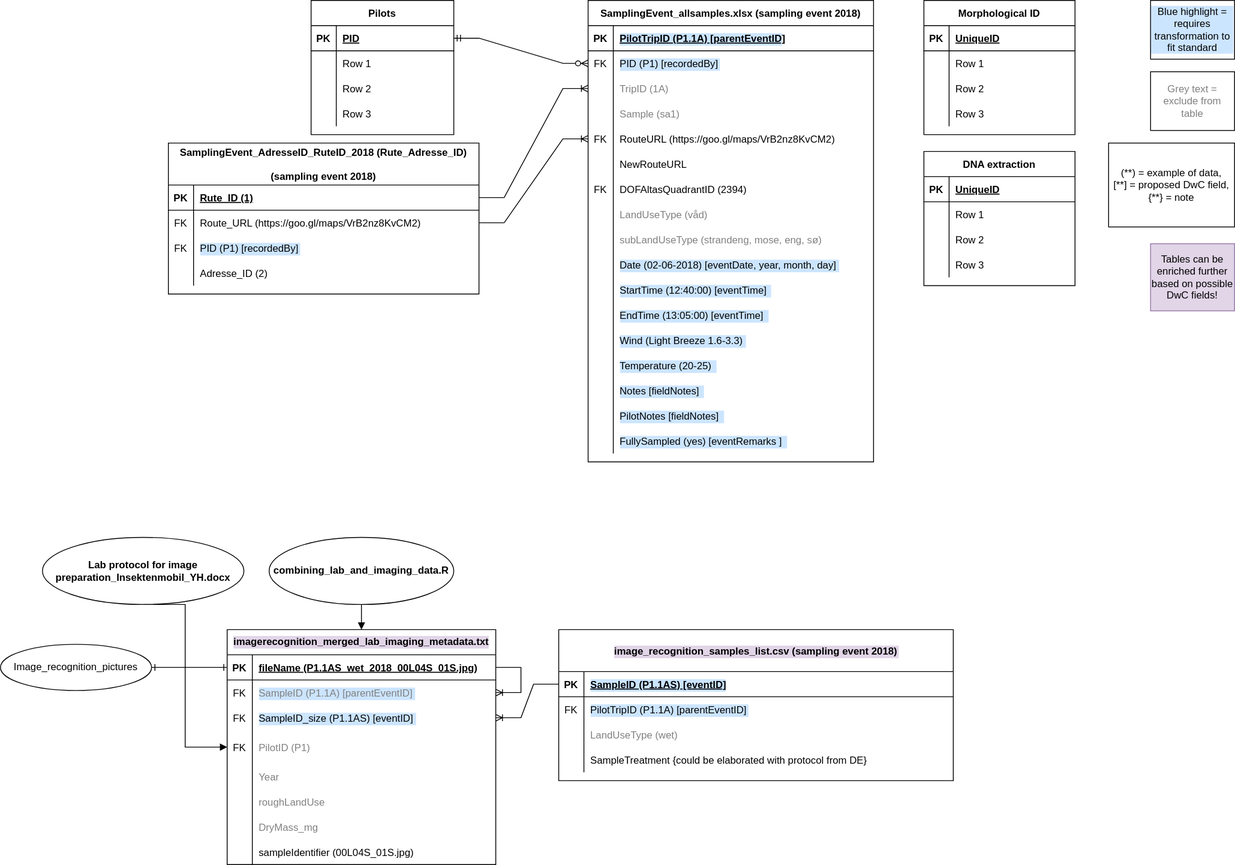
CecSve/CecSve keeps this draw.io diagram as Insektmobilen_data.drawio.svg. Above is the earlier version. Source tidied: cells renumbered, new cells last; positions are measured from the earlier drawing's top-left corner, leaving out a move shared by most shapes.
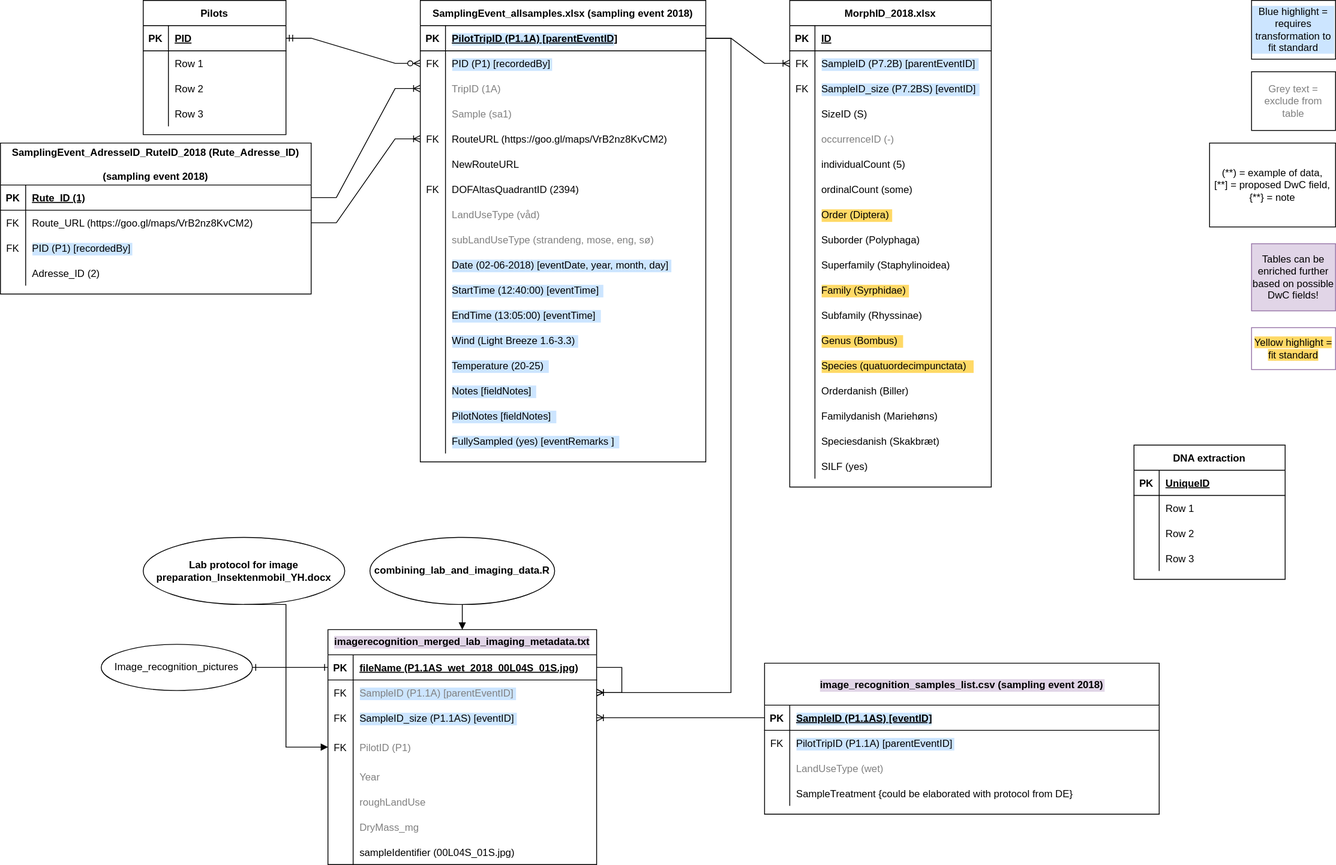
Above is the later version.

The edit, as a diff of the source:
```diff
@@ -3,7 +3,7 @@
     <mxCell id="0" />
     <mxCell id="1" parent="0" />
     <mxCell id="2" value="DNA extraction" style="shape=table;startSize=30;rowLines=0;fontStyle=1;align=center;" parent="1" vertex="1">
-      <mxGeometry x="1100" y="180" width="180" height="160" as="geometry" />
+      <mxGeometry x="1230" y="530" width="180" height="160" as="geometry" />
     </mxCell>
     <mxCell id="3" style="shape=tableRow;horizontal=0;startSize=0;swimlaneHead=0;swimlaneBody=0;fillColor=none;top=0;left=0;right=0;bottom=1;" parent="2" vertex="1">
       <mxGeometry y="30" width="180" height="30" as="geometry" />
@@ -42,7 +42,7 @@
       <mxGeometry x="30" width="150" height="30" as="geometry" />
     </mxCell>
     <mxCell id="15" value="Pilots" style="shape=table;startSize=30;rowLines=0;fontStyle=1;align=center;" parent="1" vertex="1">
-      <mxGeometry x="370" width="170" height="160" as="geometry" />
+      <mxGeometry x="50" width="170" height="160" as="geometry" />
     </mxCell>
     <mxCell id="16" style="shape=tableRow;horizontal=0;startSize=0;swimlaneHead=0;swimlaneBody=0;fillColor=none;points=[[0,0.5],[1,0.5]];portConstraint=eastwest;top=0;left=0;right=0;bottom=1;" parent="15" vertex="1">
       <mxGeometry y="30" width="170" height="30" as="geometry" />
@@ -83,45 +83,171 @@
     <mxCell id="28" style="edgeStyle=entityRelationEdgeStyle;fontSize=12;html=1;endArrow=ERzeroToMany;startArrow=ERmandOne;rounded=0;entryX=0;entryY=0.5;entryDx=0;entryDy=0;" parent="1" edge="1" source="16" target="76">
       <mxGeometry relative="1" as="geometry" />
     </mxCell>
-    <mxCell id="29" value="Morphological ID" style="shape=table;startSize=30;rowLines=0;fontStyle=1;align=center;" parent="1" vertex="1">
-      <mxGeometry x="1100" width="180" height="160" as="geometry" />
+    <mxCell id="29" value="MorphID_2018.xlsx" style="shape=table;startSize=30;rowLines=0;fontStyle=1;align=center;" parent="1" vertex="1">
+      <mxGeometry x="820" width="240" height="580" as="geometry" />
     </mxCell>
     <mxCell id="30" style="shape=tableRow;horizontal=0;startSize=0;swimlaneHead=0;swimlaneBody=0;fillColor=none;top=0;left=0;right=0;bottom=1;" parent="29" vertex="1">
-      <mxGeometry y="30" width="180" height="30" as="geometry" />
+      <mxGeometry y="30" width="240" height="30" as="geometry" />
     </mxCell>
     <mxCell id="31" value="PK" style="shape=partialRectangle;fillColor=none;top=0;left=0;bottom=0;right=0;fontStyle=1;overflow=hidden;" parent="30" vertex="1">
       <mxGeometry width="30" height="30" as="geometry" />
     </mxCell>
-    <mxCell id="32" value="UniqueID" style="shape=partialRectangle;fillColor=none;top=0;left=0;bottom=0;right=0;align=left;spacingLeft=6;fontStyle=5;overflow=hidden;" parent="30" vertex="1">
-      <mxGeometry x="30" width="150" height="30" as="geometry" />
+    <mxCell id="32" value="ID" style="shape=partialRectangle;fillColor=none;top=0;left=0;bottom=0;right=0;align=left;spacingLeft=6;fontStyle=5;overflow=hidden;" parent="30" vertex="1">
+      <mxGeometry x="30" width="210" height="30" as="geometry" />
     </mxCell>
     <mxCell id="33" style="shape=tableRow;horizontal=0;startSize=0;swimlaneHead=0;swimlaneBody=0;fillColor=none;points=[[0,0.5],[1,0.5]];portConstraint=eastwest;top=0;left=0;right=0;bottom=0;" parent="29" vertex="1">
-      <mxGeometry y="60" width="180" height="30" as="geometry" />
+      <mxGeometry y="60" width="240" height="30" as="geometry" />
     </mxCell>
-    <mxCell id="34" style="shape=partialRectangle;fillColor=none;top=0;left=0;bottom=0;right=0;overflow=hidden;" parent="33" vertex="1">
+    <mxCell id="34" value="FK" style="shape=partialRectangle;fillColor=none;top=0;left=0;bottom=0;right=0;overflow=hidden;" parent="33" vertex="1">
       <mxGeometry width="30" height="30" as="geometry" />
     </mxCell>
-    <mxCell id="35" value="Row 1" style="shape=partialRectangle;fillColor=none;top=0;left=0;bottom=0;right=0;align=left;spacingLeft=6;overflow=hidden;" parent="33" vertex="1">
-      <mxGeometry x="30" width="150" height="30" as="geometry" />
+    <mxCell id="35" value="SampleID (P7.2B) [parentEventID]" style="shape=partialRectangle;fillColor=none;top=0;left=0;bottom=0;right=0;align=left;spacingLeft=6;overflow=hidden;labelBackgroundColor=#CCE5FF;" parent="33" vertex="1">
+      <mxGeometry x="30" width="210" height="30" as="geometry" />
     </mxCell>
+    <mxCell id="159" style="shape=tableRow;horizontal=0;startSize=0;swimlaneHead=0;swimlaneBody=0;fillColor=none;top=0;left=0;right=0;bottom=0;" parent="29" vertex="1">
+      <mxGeometry y="90" width="240" height="30" as="geometry" />
+    </mxCell>
+    <mxCell id="160" value="FK" style="shape=partialRectangle;fillColor=none;top=0;left=0;bottom=0;right=0;overflow=hidden;" parent="159" vertex="1">
+      <mxGeometry width="30" height="30" as="geometry" />
+    </mxCell>
+    <mxCell id="161" value="SampleID_size (P7.2BS) [eventID]" style="shape=partialRectangle;fillColor=none;top=0;left=0;bottom=0;right=0;align=left;spacingLeft=6;overflow=hidden;labelBackgroundColor=#CCE5FF;" parent="159" vertex="1">
+      <mxGeometry x="30" width="210" height="30" as="geometry" />
+    </mxCell>
     <mxCell id="36" style="shape=tableRow;horizontal=0;startSize=0;swimlaneHead=0;swimlaneBody=0;fillColor=none;top=0;left=0;right=0;bottom=0;" parent="29" vertex="1">
-      <mxGeometry y="90" width="180" height="30" as="geometry" />
+      <mxGeometry y="120" width="240" height="30" as="geometry" />
     </mxCell>
     <mxCell id="37" style="shape=partialRectangle;fillColor=none;top=0;left=0;bottom=0;right=0;overflow=hidden;" parent="36" vertex="1">
       <mxGeometry width="30" height="30" as="geometry" />
     </mxCell>
-    <mxCell id="38" value="Row 2" style="shape=partialRectangle;fillColor=none;top=0;left=0;bottom=0;right=0;align=left;spacingLeft=6;overflow=hidden;" parent="36" vertex="1">
-      <mxGeometry x="30" width="150" height="30" as="geometry" />
+    <mxCell id="38" value="SizeID (S)" style="shape=partialRectangle;fillColor=none;top=0;left=0;bottom=0;right=0;align=left;spacingLeft=6;overflow=hidden;" parent="36" vertex="1">
+      <mxGeometry x="30" width="210" height="30" as="geometry" />
     </mxCell>
     <mxCell id="39" style="shape=tableRow;horizontal=0;startSize=0;swimlaneHead=0;swimlaneBody=0;fillColor=none;top=0;left=0;right=0;bottom=0;" parent="29" vertex="1">
-      <mxGeometry y="120" width="180" height="30" as="geometry" />
+      <mxGeometry y="150" width="240" height="30" as="geometry" />
     </mxCell>
     <mxCell id="40" style="shape=partialRectangle;fillColor=none;top=0;left=0;bottom=0;right=0;overflow=hidden;" parent="39" vertex="1">
       <mxGeometry width="30" height="30" as="geometry" />
     </mxCell>
-    <mxCell id="41" value="Row 3" style="shape=partialRectangle;fillColor=none;top=0;left=0;bottom=0;right=0;align=left;spacingLeft=6;overflow=hidden;" parent="39" vertex="1">
-      <mxGeometry x="30" width="150" height="30" as="geometry" />
+    <mxCell id="41" value="occurrenceID (-)" style="shape=partialRectangle;fillColor=none;top=0;left=0;bottom=0;right=0;align=left;spacingLeft=6;overflow=hidden;fontColor=#808080;" parent="39" vertex="1">
+      <mxGeometry x="30" width="210" height="30" as="geometry" />
     </mxCell>
+    <mxCell id="162" style="shape=tableRow;horizontal=0;startSize=0;swimlaneHead=0;swimlaneBody=0;fillColor=none;top=0;left=0;right=0;bottom=0;" parent="29" vertex="1">
+      <mxGeometry y="180" width="240" height="30" as="geometry" />
+    </mxCell>
+    <mxCell id="163" style="shape=partialRectangle;fillColor=none;top=0;left=0;bottom=0;right=0;overflow=hidden;" parent="162" vertex="1">
+      <mxGeometry width="30" height="30" as="geometry" />
+    </mxCell>
+    <mxCell id="164" value="individualCount (5)" style="shape=partialRectangle;fillColor=none;top=0;left=0;bottom=0;right=0;align=left;spacingLeft=6;overflow=hidden;" parent="162" vertex="1">
+      <mxGeometry x="30" width="210" height="30" as="geometry" />
+    </mxCell>
+    <mxCell id="165" style="shape=tableRow;horizontal=0;startSize=0;swimlaneHead=0;swimlaneBody=0;fillColor=none;top=0;left=0;right=0;bottom=0;" parent="29" vertex="1">
+      <mxGeometry y="210" width="240" height="30" as="geometry" />
+    </mxCell>
+    <mxCell id="166" style="shape=partialRectangle;fillColor=none;top=0;left=0;bottom=0;right=0;overflow=hidden;" parent="165" vertex="1">
+      <mxGeometry width="30" height="30" as="geometry" />
+    </mxCell>
+    <mxCell id="167" value="ordinalCount (some)" style="shape=partialRectangle;fillColor=none;top=0;left=0;bottom=0;right=0;align=left;spacingLeft=6;overflow=hidden;" parent="165" vertex="1">
+      <mxGeometry x="30" width="210" height="30" as="geometry" />
+    </mxCell>
+    <mxCell id="168" style="shape=tableRow;horizontal=0;startSize=0;swimlaneHead=0;swimlaneBody=0;fillColor=none;top=0;left=0;right=0;bottom=0;" parent="29" vertex="1">
+      <mxGeometry y="240" width="240" height="30" as="geometry" />
+    </mxCell>
+    <mxCell id="169" style="shape=partialRectangle;fillColor=none;top=0;left=0;bottom=0;right=0;overflow=hidden;" parent="168" vertex="1">
+      <mxGeometry width="30" height="30" as="geometry" />
+    </mxCell>
+    <mxCell id="170" value="Order (Diptera)" style="shape=partialRectangle;fillColor=none;top=0;left=0;bottom=0;right=0;align=left;spacingLeft=6;overflow=hidden;labelBackgroundColor=#FFD966;" parent="168" vertex="1">
+      <mxGeometry x="30" width="210" height="30" as="geometry" />
+    </mxCell>
+    <mxCell id="171" style="shape=tableRow;horizontal=0;startSize=0;swimlaneHead=0;swimlaneBody=0;fillColor=none;top=0;left=0;right=0;bottom=0;" parent="29" vertex="1">
+      <mxGeometry y="270" width="240" height="30" as="geometry" />
+    </mxCell>
+    <mxCell id="172" style="shape=partialRectangle;fillColor=none;top=0;left=0;bottom=0;right=0;overflow=hidden;" parent="171" vertex="1">
+      <mxGeometry width="30" height="30" as="geometry" />
+    </mxCell>
+    <mxCell id="173" value="Suborder (Polyphaga)" style="shape=partialRectangle;fillColor=none;top=0;left=0;bottom=0;right=0;align=left;spacingLeft=6;overflow=hidden;labelBackgroundColor=default;" parent="171" vertex="1">
+      <mxGeometry x="30" width="210" height="30" as="geometry" />
+    </mxCell>
+    <mxCell id="174" style="shape=tableRow;horizontal=0;startSize=0;swimlaneHead=0;swimlaneBody=0;fillColor=none;top=0;left=0;right=0;bottom=0;" parent="29" vertex="1">
+      <mxGeometry y="300" width="240" height="30" as="geometry" />
+    </mxCell>
+    <mxCell id="175" style="shape=partialRectangle;fillColor=none;top=0;left=0;bottom=0;right=0;overflow=hidden;" parent="174" vertex="1">
+      <mxGeometry width="30" height="30" as="geometry" />
+    </mxCell>
+    <mxCell id="176" value="Superfamily (Staphylinoidea)" style="shape=partialRectangle;fillColor=none;top=0;left=0;bottom=0;right=0;align=left;spacingLeft=6;overflow=hidden;" parent="174" vertex="1">
+      <mxGeometry x="30" width="210" height="30" as="geometry" />
+    </mxCell>
+    <mxCell id="177" style="shape=tableRow;horizontal=0;startSize=0;swimlaneHead=0;swimlaneBody=0;fillColor=none;top=0;left=0;right=0;bottom=0;" parent="29" vertex="1">
+      <mxGeometry y="330" width="240" height="30" as="geometry" />
+    </mxCell>
+    <mxCell id="178" style="shape=partialRectangle;fillColor=none;top=0;left=0;bottom=0;right=0;overflow=hidden;" parent="177" vertex="1">
+      <mxGeometry width="30" height="30" as="geometry" />
+    </mxCell>
+    <mxCell id="179" value="Family (Syrphidae)" style="shape=partialRectangle;fillColor=none;top=0;left=0;bottom=0;right=0;align=left;spacingLeft=6;overflow=hidden;labelBackgroundColor=#FFD966;" parent="177" vertex="1">
+      <mxGeometry x="30" width="210" height="30" as="geometry" />
+    </mxCell>
+    <mxCell id="180" style="shape=tableRow;horizontal=0;startSize=0;swimlaneHead=0;swimlaneBody=0;fillColor=none;top=0;left=0;right=0;bottom=0;" parent="29" vertex="1">
+      <mxGeometry y="360" width="240" height="30" as="geometry" />
+    </mxCell>
+    <mxCell id="181" style="shape=partialRectangle;fillColor=none;top=0;left=0;bottom=0;right=0;overflow=hidden;" parent="180" vertex="1">
+      <mxGeometry width="30" height="30" as="geometry" />
+    </mxCell>
+    <mxCell id="182" value="Subfamily (Rhyssinae)" style="shape=partialRectangle;fillColor=none;top=0;left=0;bottom=0;right=0;align=left;spacingLeft=6;overflow=hidden;" parent="180" vertex="1">
+      <mxGeometry x="30" width="210" height="30" as="geometry" />
+    </mxCell>
+    <mxCell id="183" style="shape=tableRow;horizontal=0;startSize=0;swimlaneHead=0;swimlaneBody=0;fillColor=none;top=0;left=0;right=0;bottom=0;" parent="29" vertex="1">
+      <mxGeometry y="390" width="240" height="30" as="geometry" />
+    </mxCell>
+    <mxCell id="184" style="shape=partialRectangle;fillColor=none;top=0;left=0;bottom=0;right=0;overflow=hidden;" parent="183" vertex="1">
+      <mxGeometry width="30" height="30" as="geometry" />
+    </mxCell>
+    <mxCell id="185" value="Genus (Bombus)" style="shape=partialRectangle;fillColor=none;top=0;left=0;bottom=0;right=0;align=left;spacingLeft=6;overflow=hidden;labelBackgroundColor=#FFD966;" parent="183" vertex="1">
+      <mxGeometry x="30" width="210" height="30" as="geometry" />
+    </mxCell>
+    <mxCell id="186" style="shape=tableRow;horizontal=0;startSize=0;swimlaneHead=0;swimlaneBody=0;fillColor=none;top=0;left=0;right=0;bottom=0;" parent="29" vertex="1">
+      <mxGeometry y="420" width="240" height="30" as="geometry" />
+    </mxCell>
+    <mxCell id="187" style="shape=partialRectangle;fillColor=none;top=0;left=0;bottom=0;right=0;overflow=hidden;" parent="186" vertex="1">
+      <mxGeometry width="30" height="30" as="geometry" />
+    </mxCell>
+    <mxCell id="188" value="Species (quatuordecimpunctata)" style="shape=partialRectangle;fillColor=none;top=0;left=0;bottom=0;right=0;align=left;spacingLeft=6;overflow=hidden;labelBackgroundColor=#FFD966;" parent="186" vertex="1">
+      <mxGeometry x="30" width="210" height="30" as="geometry" />
+    </mxCell>
+    <mxCell id="189" style="shape=tableRow;horizontal=0;startSize=0;swimlaneHead=0;swimlaneBody=0;fillColor=none;top=0;left=0;right=0;bottom=0;" parent="29" vertex="1">
+      <mxGeometry y="450" width="240" height="30" as="geometry" />
+    </mxCell>
+    <mxCell id="190" style="shape=partialRectangle;fillColor=none;top=0;left=0;bottom=0;right=0;overflow=hidden;" parent="189" vertex="1">
+      <mxGeometry width="30" height="30" as="geometry" />
+    </mxCell>
+    <mxCell id="191" value="Orderdanish (Biller)" style="shape=partialRectangle;fillColor=none;top=0;left=0;bottom=0;right=0;align=left;spacingLeft=6;overflow=hidden;" parent="189" vertex="1">
+      <mxGeometry x="30" width="210" height="30" as="geometry" />
+    </mxCell>
+    <mxCell id="192" style="shape=tableRow;horizontal=0;startSize=0;swimlaneHead=0;swimlaneBody=0;fillColor=none;top=0;left=0;right=0;bottom=0;" parent="29" vertex="1">
+      <mxGeometry y="480" width="240" height="30" as="geometry" />
+    </mxCell>
+    <mxCell id="193" style="shape=partialRectangle;fillColor=none;top=0;left=0;bottom=0;right=0;overflow=hidden;" parent="192" vertex="1">
+      <mxGeometry width="30" height="30" as="geometry" />
+    </mxCell>
+    <mxCell id="194" value="Familydanish (Mariehøns)" style="shape=partialRectangle;fillColor=none;top=0;left=0;bottom=0;right=0;align=left;spacingLeft=6;overflow=hidden;" parent="192" vertex="1">
+      <mxGeometry x="30" width="210" height="30" as="geometry" />
+    </mxCell>
+    <mxCell id="195" style="shape=tableRow;horizontal=0;startSize=0;swimlaneHead=0;swimlaneBody=0;fillColor=none;top=0;left=0;right=0;bottom=0;" parent="29" vertex="1">
+      <mxGeometry y="510" width="240" height="30" as="geometry" />
+    </mxCell>
+    <mxCell id="196" style="shape=partialRectangle;fillColor=none;top=0;left=0;bottom=0;right=0;overflow=hidden;" parent="195" vertex="1">
+      <mxGeometry width="30" height="30" as="geometry" />
+    </mxCell>
+    <mxCell id="197" value="Speciesdanish (Skakbræt)" style="shape=partialRectangle;fillColor=none;top=0;left=0;bottom=0;right=0;align=left;spacingLeft=6;overflow=hidden;" parent="195" vertex="1">
+      <mxGeometry x="30" width="210" height="30" as="geometry" />
+    </mxCell>
+    <mxCell id="198" style="shape=tableRow;horizontal=0;startSize=0;swimlaneHead=0;swimlaneBody=0;fillColor=none;top=0;left=0;right=0;bottom=0;" parent="29" vertex="1">
+      <mxGeometry y="540" width="240" height="30" as="geometry" />
+    </mxCell>
+    <mxCell id="199" style="shape=partialRectangle;fillColor=none;top=0;left=0;bottom=0;right=0;overflow=hidden;" parent="198" vertex="1">
+      <mxGeometry width="30" height="30" as="geometry" />
+    </mxCell>
+    <mxCell id="200" value="SILF (yes)" style="shape=partialRectangle;fillColor=none;top=0;left=0;bottom=0;right=0;align=left;spacingLeft=6;overflow=hidden;" parent="198" vertex="1">
+      <mxGeometry x="30" width="210" height="30" as="geometry" />
+    </mxCell>
     <mxCell id="42" style="edgeStyle=elbowEdgeStyle;rounded=0;jettySize=auto;html=1;startArrow=ERone;startFill=0;entryX=0;entryY=0.5;entryDx=0;entryDy=0;endArrow=ERone;endFill=0;" parent="1" edge="1" source="43" target="46">
       <mxGeometry relative="1" as="geometry" />
     </mxCell>
@@ -213,7 +339,7 @@
       <mxGeometry x="320" y="640" width="220" height="80" as="geometry" />
     </mxCell>
     <mxCell id="72" value="SamplingEvent_allsamples.xlsx (sampling event 2018)" style="shape=table;startSize=30;rowLines=0;fontStyle=1;align=center;" parent="1" vertex="1">
-      <mxGeometry x="700" width="340" height="550" as="geometry" />
+      <mxGeometry x="380" width="340" height="550" as="geometry" />
     </mxCell>
     <mxCell id="73" style="shape=tableRow;horizontal=0;startSize=0;swimlaneHead=0;swimlaneBody=0;fillColor=none;points=[[0,0.5],[1,0.5]];portConstraint=eastwest;top=0;left=0;right=0;bottom=1;" parent="72" vertex="1">
       <mxGeometry y="30" width="340" height="30" as="geometry" />
@@ -378,7 +504,7 @@
       <mxGeometry x="1320" y="170" width="150" height="100" as="geometry" />
     </mxCell>
     <mxCell id="127" value="SamplingEvent_AdresseID_RuteID_2018 (Rute_Adresse_ID) &#10;&#10;(sampling event 2018)" style="shape=table;startSize=50;rowLines=0;fontStyle=1;align=center;" parent="1" vertex="1">
-      <mxGeometry x="200" y="170" width="370" height="180" as="geometry" />
+      <mxGeometry x="-120" y="170" width="370" height="180" as="geometry" />
     </mxCell>
     <mxCell id="128" style="shape=tableRow;horizontal=0;startSize=0;swimlaneHead=0;swimlaneBody=0;fillColor=none;points=[[0,0.5],[1,0.5]];portConstraint=eastwest;top=0;left=0;right=0;bottom=1;" parent="127" vertex="1">
       <mxGeometry y="50" width="370" height="30" as="geometry" />
@@ -423,7 +549,7 @@
       <mxGeometry relative="1" as="geometry" />
     </mxCell>
     <mxCell id="142" value="image_recognition_samples_list.csv (sampling event 2018)" style="shape=table;startSize=50;rowLines=0;fontStyle=1;align=center;labelBackgroundColor=#E1D5E7;" parent="1" vertex="1">
-      <mxGeometry x="665" y="750" width="470" height="180" as="geometry" />
+      <mxGeometry x="790" y="790" width="470" height="180" as="geometry" />
     </mxCell>
     <mxCell id="143" style="shape=tableRow;horizontal=0;startSize=0;swimlaneHead=0;swimlaneBody=0;fillColor=none;points=[[0,0.5],[1,0.5]];portConstraint=eastwest;top=0;left=0;right=0;bottom=1;" parent="142" vertex="1">
       <mxGeometry y="50" width="470" height="30" as="geometry" />
@@ -473,5 +599,14 @@
     <mxCell id="158" style="edgeStyle=entityRelationEdgeStyle;fontSize=12;html=1;endArrow=ERoneToMany;rounded=0;fontColor=#808080;" parent="1" edge="1" source="143" target="52">
       <mxGeometry relative="1" as="geometry" />
     </mxCell>
+    <mxCell id="201" style="edgeStyle=entityRelationEdgeStyle;fontSize=12;html=1;endArrow=ERoneToMany;rounded=0;fontColor=#808080;" parent="1" edge="1" source="73" target="33">
+      <mxGeometry relative="1" as="geometry" />
+    </mxCell>
+    <mxCell id="202" style="edgeStyle=entityRelationEdgeStyle;fontSize=12;html=1;endArrow=ERoneToMany;rounded=0;fontColor=#808080;" parent="1" edge="1" source="73" target="49">
+      <mxGeometry relative="1" as="geometry" />
+    </mxCell>
+    <mxCell id="203" value="&lt;span style=&quot;background-color: rgb(255, 217, 102);&quot;&gt;Yellow highlight = fit standard &lt;br&gt;&lt;/span&gt;" style="rounded=0;whiteSpace=wrap;html=1;labelBackgroundColor=none;fillColor=none;strokeColor=#9673a6;" parent="1" vertex="1">
+      <mxGeometry x="1370" y="390" width="100" height="50" as="geometry" />
+    </mxCell>
   </root>
 </mxGraphModel>
```
